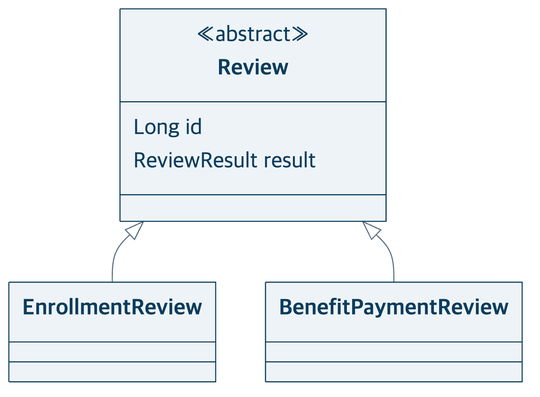
The Mermaid diagram docs/presentation/diagrams/clusters/review-code.png in heyoonyoon/distributed-programming, before a commit. Its source is kept beside it as docs/presentation/diagrams/clusters/review-code.mmd. Source of this version:
```mermaid
classDiagram
direction TB
class Review {
  <<abstract>>
  Long id
  ReviewResult result
}
class EnrollmentReview
class BenefitPaymentReview
Review <|-- EnrollmentReview
Review <|-- BenefitPaymentReview
```
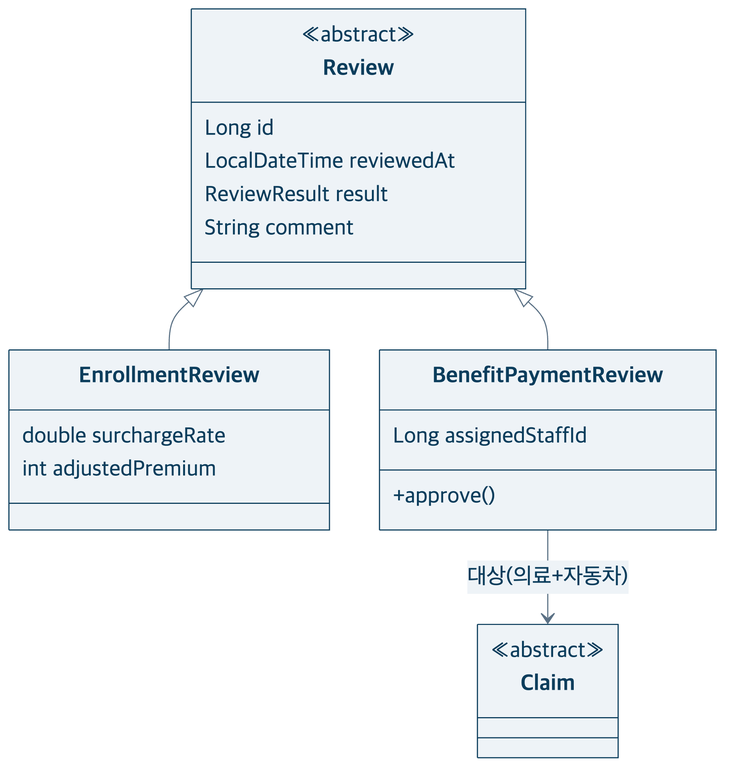
Later version of the same file.

Change to the diagram source:
```diff
@@ -3,9 +3,21 @@
 class Review {
   <<abstract>>
   Long id
+  LocalDateTime reviewedAt
   ReviewResult result
+  String comment
 }
-class EnrollmentReview
-class BenefitPaymentReview
+class EnrollmentReview {
+  double surchargeRate
+  int adjustedPremium
+}
+class BenefitPaymentReview {
+  Long assignedStaffId
+  +approve()
+}
+class Claim {
+  <<abstract>>
+}
 Review <|-- EnrollmentReview
 Review <|-- BenefitPaymentReview
+BenefitPaymentReview --> Claim : 대상(의료+자동차)
```
